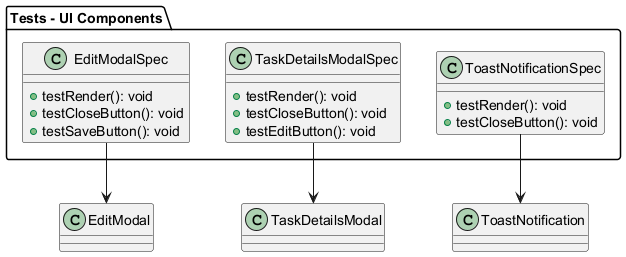
Before: docs/images/TestsUIComponents.png, a diagram exported from PlantUML (Takayuki-Suda/nuxt-todo-app-document).
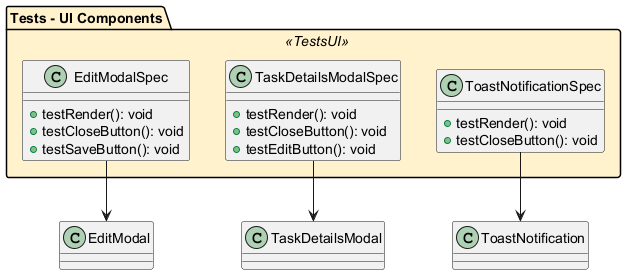
The same file after the commit.

What changed in the source:
```diff
@@ -1,5 +1,9 @@
 @startuml
-package "Tests - UI Components" {
+skinparam package {
+  BackgroundColor<<TestsUI>> #FFF2CC
+}
+
+package "Tests - UI Components" <<TestsUI>> {
   class EditModalSpec {
     + testRender(): void
     + testCloseButton(): void
```
